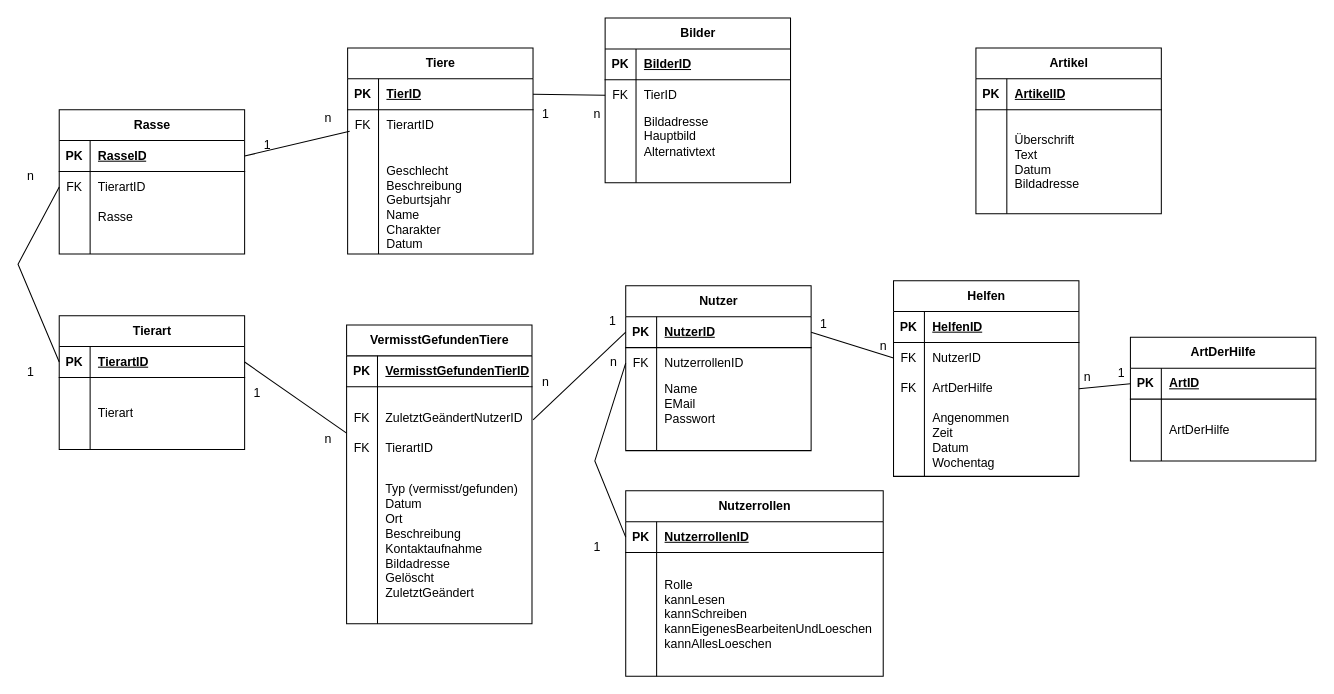
Earlier version of the draw.io diagram database/ERM.drawio (PhinaB/TierheimatWebsite). Source tidied: cells renumbered, new cells numbered last; positions are measured from the earlier drawing's top-left corner, leaving out a move shared by most shapes. Both pictures are drawn from the tidied source at 103%, with x=0, y=0 at pixel (18, 18).
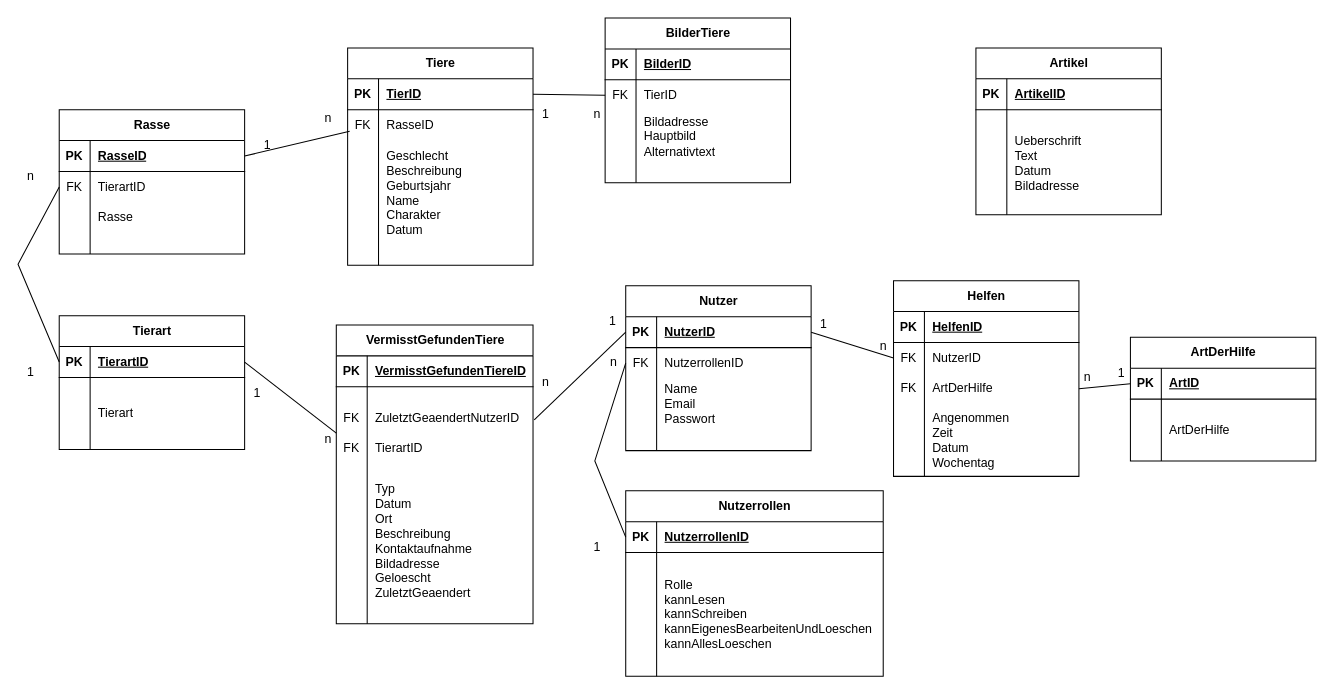
After the change.

Unchanged cells that the change refers to:
```xml
<mxCell id="6" style="shape=tableRow;horizontal=0;startSize=0;swimlaneHead=0;swimlaneBody=0;fillColor=none;top=0;left=0;right=0;bottom=0;" parent="2" vertex="1">
  <mxGeometry y="60" width="180" height="30" as="geometry" />
</mxCell>
<mxCell id="22" style="shape=tableRow;horizontal=0;startSize=0;swimlaneHead=0;swimlaneBody=0;fillColor=none;top=0;left=0;right=0;bottom=0;" parent="15" vertex="1">
  <mxGeometry y="90" width="180" height="50" as="geometry" />
</mxCell>
```

Change to the diagram source:
```diff
@@
     <mxCell id="2" value="Tiere" style="shape=table;startSize=30;childLayout=tableLayout;rowLines=0;fontStyle=1;align=center;html=1;" parent="1" vertex="1">
-      <mxGeometry x="320" y="29" width="180" height="200" as="geometry" />
+      <mxGeometry x="320" y="29" width="180" height="211" as="geometry" />
     </mxCell>
@@
-    <mxCell id="8" value="TierartID" style="shape=partialRectangle;fillColor=none;top=0;left=0;bottom=0;right=0;align=left;spacingLeft=6;overflow=hidden;whiteSpace=wrap;html=1;" parent="6" vertex="1">
+    <mxCell id="8" value="RasseID" style="shape=partialRectangle;fillColor=none;top=0;left=0;bottom=0;right=0;align=left;spacingLeft=6;overflow=hidden;whiteSpace=wrap;html=1;" parent="6" vertex="1">
       <mxGeometry x="30" width="150" height="30" as="geometry" />
     </mxCell>
     <mxCell id="9" style="shape=tableRow;horizontal=0;startSize=0;swimlaneHead=0;swimlaneBody=0;fillColor=none;top=0;left=0;right=0;bottom=0;" parent="2" vertex="1">
-      <mxGeometry y="90" width="180" height="20" as="geometry" />
+      <mxGeometry y="90" width="180" height="101" as="geometry" />
     </mxCell>
     <mxCell id="10" style="shape=partialRectangle;fillColor=none;top=0;left=0;bottom=0;right=0;overflow=hidden;whiteSpace=wrap;html=1;" parent="9" vertex="1">
-      <mxGeometry width="30" height="20" as="geometry" />
+      <mxGeometry width="30" height="101" as="geometry" />
     </mxCell>
-    <mxCell id="11" style="shape=partialRectangle;fillColor=none;top=0;left=0;bottom=0;right=0;align=left;spacingLeft=6;overflow=hidden;whiteSpace=wrap;html=1;" parent="9" vertex="1">
-      <mxGeometry x="30" width="150" height="20" as="geometry" />
+    <mxCell id="11" value="Geschlecht&lt;br style=&quot;border-color: var(--border-color);&quot;&gt;Beschreibung&lt;br style=&quot;border-color: var(--border-color);&quot;&gt;Geburtsjahr&lt;br style=&quot;border-color: var(--border-color);&quot;&gt;Name&lt;br style=&quot;border-color: var(--border-color);&quot;&gt;Charakter&lt;br style=&quot;border-color: var(--border-color);&quot;&gt;Datum" style="shape=partialRectangle;fillColor=none;top=0;left=0;bottom=0;right=0;align=left;spacingLeft=6;overflow=hidden;whiteSpace=wrap;html=1;" parent="9" vertex="1">
+      <mxGeometry x="30" width="150" height="101" as="geometry" />
     </mxCell>
     <mxCell id="12" style="shape=tableRow;horizontal=0;startSize=0;swimlaneHead=0;swimlaneBody=0;fillColor=none;top=0;left=0;right=0;bottom=0;" parent="2" vertex="1">
-      <mxGeometry y="110" width="180" height="90" as="geometry" />
+      <mxGeometry y="191" width="180" height="20" as="geometry" />
     </mxCell>
     <mxCell id="13" style="shape=partialRectangle;fillColor=none;top=0;left=0;bottom=0;right=0;overflow=hidden;whiteSpace=wrap;html=1;" parent="12" vertex="1">
-      <mxGeometry width="30" height="90" as="geometry" />
+      <mxGeometry width="30" height="20" as="geometry" />
     </mxCell>
-    <mxCell id="14" value="Geschlecht&lt;br style=&quot;border-color: var(--border-color);&quot;&gt;Beschreibung&lt;br style=&quot;border-color: var(--border-color);&quot;&gt;Geburtsjahr&lt;br style=&quot;border-color: var(--border-color);&quot;&gt;Name&lt;br style=&quot;border-color: var(--border-color);&quot;&gt;Charakter&lt;br style=&quot;border-color: var(--border-color);&quot;&gt;Datum" style="shape=partialRectangle;fillColor=none;top=0;left=0;bottom=0;right=0;align=left;spacingLeft=6;overflow=hidden;whiteSpace=wrap;html=1;" parent="12" vertex="1">
-      <mxGeometry x="30" width="150" height="90" as="geometry" />
+    <mxCell id="14" style="shape=partialRectangle;fillColor=none;top=0;left=0;bottom=0;right=0;align=left;spacingLeft=6;overflow=hidden;whiteSpace=wrap;html=1;" parent="12" vertex="1">
+      <mxGeometry x="30" width="150" height="20" as="geometry" />
     </mxCell>
@@
-    <mxCell id="24" value="Name&lt;br&gt;EMail&lt;br&gt;Passwort" style="shape=partialRectangle;fillColor=none;top=0;left=0;bottom=0;right=0;align=left;spacingLeft=6;overflow=hidden;whiteSpace=wrap;html=1;" parent="22" vertex="1">
+    <mxCell id="24" value="Name&lt;br&gt;Email&lt;br&gt;Passwort" style="shape=partialRectangle;fillColor=none;top=0;left=0;bottom=0;right=0;align=left;spacingLeft=6;overflow=hidden;whiteSpace=wrap;html=1;" parent="22" vertex="1">
       <mxGeometry x="30" width="150" height="50" as="geometry" />
     </mxCell>
@@
     <mxCell id="28" value="Artikel" style="shape=table;startSize=30;childLayout=tableLayout;rowLines=0;fontStyle=1;align=center;html=1;" parent="1" vertex="1">
-      <mxGeometry x="930" y="29" width="180" height="161" as="geometry" />
+      <mxGeometry x="930" y="29" width="180" height="162" as="geometry" />
     </mxCell>
@@
     <mxCell id="32" style="shape=tableRow;horizontal=0;startSize=0;swimlaneHead=0;swimlaneBody=0;fillColor=none;top=0;left=0;right=0;bottom=0;" parent="28" vertex="1">
-      <mxGeometry y="60" width="180" height="20" as="geometry" />
+      <mxGeometry y="60" width="180" height="21" as="geometry" />
     </mxCell>
     <mxCell id="33" style="shape=partialRectangle;fillColor=none;top=0;left=0;bottom=0;right=0;overflow=hidden;whiteSpace=wrap;html=1;" parent="32" vertex="1">
-      <mxGeometry width="30" height="20" as="geometry" />
+      <mxGeometry width="30" height="21" as="geometry" />
     </mxCell>
     <mxCell id="34" style="shape=partialRectangle;fillColor=none;top=0;left=0;bottom=0;right=0;align=left;spacingLeft=6;overflow=hidden;whiteSpace=wrap;html=1;" parent="32" vertex="1">
-      <mxGeometry x="30" width="150" height="20" as="geometry" />
+      <mxGeometry x="30" width="150" height="21" as="geometry" />
     </mxCell>
     <mxCell id="35" style="shape=tableRow;horizontal=0;startSize=0;swimlaneHead=0;swimlaneBody=0;fillColor=none;top=0;left=0;right=0;bottom=0;" parent="28" vertex="1">
-      <mxGeometry y="80" width="180" height="61" as="geometry" />
+      <mxGeometry y="81" width="180" height="61" as="geometry" />
     </mxCell>
@@
-    <mxCell id="37" value="Überschrift&lt;br style=&quot;border-color: var(--border-color);&quot;&gt;Text&lt;br style=&quot;border-color: var(--border-color);&quot;&gt;Datum&lt;br style=&quot;border-color: var(--border-color);&quot;&gt;Bildadresse" style="shape=partialRectangle;fillColor=none;top=0;left=0;bottom=0;right=0;align=left;spacingLeft=6;overflow=hidden;whiteSpace=wrap;html=1;" parent="35" vertex="1">
+    <mxCell id="37" value="Ueberschrift&lt;br style=&quot;border-color: var(--border-color);&quot;&gt;Text&lt;br style=&quot;border-color: var(--border-color);&quot;&gt;Datum&lt;br style=&quot;border-color: var(--border-color);&quot;&gt;Bildadresse" style="shape=partialRectangle;fillColor=none;top=0;left=0;bottom=0;right=0;align=left;spacingLeft=6;overflow=hidden;whiteSpace=wrap;html=1;" parent="35" vertex="1">
       <mxGeometry x="30" width="150" height="61" as="geometry" />
     </mxCell>
     <mxCell id="38" style="shape=tableRow;horizontal=0;startSize=0;swimlaneHead=0;swimlaneBody=0;fillColor=none;top=0;left=0;right=0;bottom=0;" parent="28" vertex="1">
-      <mxGeometry y="141" width="180" height="20" as="geometry" />
+      <mxGeometry y="142" width="180" height="20" as="geometry" />
     </mxCell>
@@
-    <mxCell id="41" value="Bilder" style="shape=table;startSize=30;childLayout=tableLayout;rowLines=0;fontStyle=1;align=center;html=1;" parent="1" vertex="1">
+    <mxCell id="41" value="BilderTiere" style="shape=table;startSize=30;childLayout=tableLayout;rowLines=0;fontStyle=1;align=center;html=1;" parent="1" vertex="1">
       <mxGeometry x="570" width="180" height="160" as="geometry" />
     </mxCell>
@@
     <mxCell id="140" value="VermisstGefundenTiere" style="shape=table;startSize=30;childLayout=tableLayout;rowLines=0;fontStyle=1;align=center;html=1;" parent="1" vertex="1">
-      <mxGeometry x="319" y="298" width="180" height="290" as="geometry" />
+      <mxGeometry x="309" y="298" width="191" height="290" as="geometry" />
     </mxCell>
     <mxCell id="141" style="shape=tableRow;horizontal=0;startSize=0;swimlaneHead=0;swimlaneBody=0;fillColor=none;top=0;left=0;right=0;bottom=1;" parent="140" vertex="1">
-      <mxGeometry y="30" width="180" height="30" as="geometry" />
+      <mxGeometry y="30" width="191" height="30" as="geometry" />
     </mxCell>
@@
-    <mxCell id="143" value="VermisstGefundenTierID" style="shape=partialRectangle;fillColor=none;top=0;left=0;bottom=0;right=0;align=left;spacingLeft=6;fontStyle=5;overflow=hidden;whiteSpace=wrap;html=1;" parent="141" vertex="1">
-      <mxGeometry x="30" width="150" height="30" as="geometry" />
+    <mxCell id="143" value="VermisstGefundenTiereID" style="shape=partialRectangle;fillColor=none;top=0;left=0;bottom=0;right=0;align=left;spacingLeft=6;fontStyle=5;overflow=hidden;whiteSpace=wrap;html=1;" parent="141" vertex="1">
+      <mxGeometry x="30" width="161" height="30" as="geometry" />
     </mxCell>
     <mxCell id="144" style="shape=tableRow;horizontal=0;startSize=0;swimlaneHead=0;swimlaneBody=0;fillColor=none;top=0;left=0;right=0;bottom=0;" parent="140" vertex="1">
-      <mxGeometry y="60" width="180" height="20" as="geometry" />
+      <mxGeometry y="60" width="191" height="20" as="geometry" />
     </mxCell>
@@
     <mxCell id="146" style="shape=partialRectangle;fillColor=none;top=0;left=0;bottom=0;right=0;align=left;spacingLeft=6;overflow=hidden;whiteSpace=wrap;html=1;" parent="144" vertex="1">
-      <mxGeometry x="30" width="150" height="20" as="geometry" />
+      <mxGeometry x="30" width="161" height="20" as="geometry" />
     </mxCell>
     <mxCell id="147" style="shape=tableRow;horizontal=0;startSize=0;swimlaneHead=0;swimlaneBody=0;fillColor=none;points=[[0,0.5],[1,0.5]];portConstraint=eastwest;top=0;left=0;right=0;bottom=0;" parent="140" vertex="1">
-      <mxGeometry y="80" width="180" height="50" as="geometry" />
+      <mxGeometry y="80" width="191" height="50" as="geometry" />
     </mxCell>
@@
-    <mxCell id="149" value="ZuletztGeändertNutzerID&lt;div&gt;&lt;br&gt;&lt;/div&gt;&lt;div&gt;TierartID&lt;/div&gt;" style="shape=partialRectangle;fillColor=none;top=0;left=0;bottom=0;right=0;align=left;spacingLeft=6;overflow=hidden;whiteSpace=wrap;html=1;" parent="147" vertex="1">
-      <mxGeometry x="30" width="150" height="50" as="geometry" />
+    <mxCell id="149" value="ZuletztGeaendertNutzerID&lt;div&gt;&lt;br&gt;&lt;/div&gt;&lt;div&gt;TierartID&lt;/div&gt;" style="shape=partialRectangle;fillColor=none;top=0;left=0;bottom=0;right=0;align=left;spacingLeft=6;overflow=hidden;whiteSpace=wrap;html=1;" parent="147" vertex="1">
+      <mxGeometry x="30" width="161" height="50" as="geometry" />
     </mxCell>
     <mxCell id="150" style="shape=tableRow;horizontal=0;startSize=0;swimlaneHead=0;swimlaneBody=0;fillColor=none;top=0;left=0;right=0;bottom=0;" parent="140" vertex="1">
-      <mxGeometry y="130" width="180" height="160" as="geometry" />
+      <mxGeometry y="130" width="191" height="160" as="geometry" />
     </mxCell>
@@
-    <mxCell id="152" value="Typ (vermisst/gefunden)&lt;div&gt;Datum&amp;nbsp;&lt;/div&gt;&lt;div&gt;Ort&lt;/div&gt;&lt;div&gt;Beschreibung&lt;/div&gt;&lt;div&gt;Kontaktaufnahme&lt;/div&gt;&lt;div&gt;Bildadresse&lt;/div&gt;Gelöscht&lt;br style=&quot;border-color: var(--border-color);&quot;&gt;&lt;div&gt;&lt;span style=&quot;background-color: initial;&quot;&gt;ZuletztGeändert&lt;/span&gt;&amp;nbsp;&lt;/div&gt;" style="shape=partialRectangle;fillColor=none;top=0;left=0;bottom=0;right=0;align=left;spacingLeft=6;overflow=hidden;whiteSpace=wrap;html=1;" parent="150" vertex="1">
-      <mxGeometry x="30" width="150" height="160" as="geometry" />
+    <mxCell id="152" value="Typ&lt;div&gt;Datum&amp;nbsp;&lt;/div&gt;&lt;div&gt;Ort&lt;/div&gt;&lt;div&gt;Beschreibung&lt;/div&gt;&lt;div&gt;Kontaktaufnahme&lt;/div&gt;&lt;div&gt;Bildadresse&lt;/div&gt;Geloescht&lt;br style=&quot;border-color: var(--border-color);&quot;&gt;&lt;div&gt;&lt;span style=&quot;background-color: initial;&quot;&gt;ZuletztGeaendert&lt;/span&gt;&amp;nbsp;&lt;/div&gt;" style="shape=partialRectangle;fillColor=none;top=0;left=0;bottom=0;right=0;align=left;spacingLeft=6;overflow=hidden;whiteSpace=wrap;html=1;" parent="150" vertex="1">
+      <mxGeometry x="30" width="161" height="160" as="geometry" />
     </mxCell>
```
